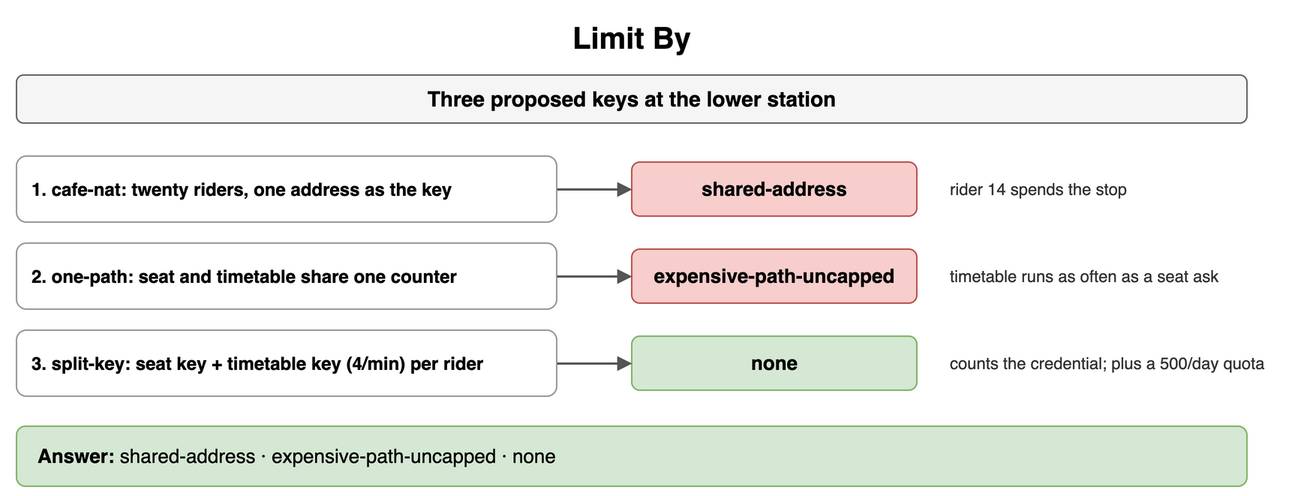
This is content/09_System_Design_Interview/17_Rate_Limiting_and_Throttling/diagrams/rate-limiting-drills-2-limit-by.png from amendez13/swe-study-guide, a draw.io export, as it was before one commit. Source tidied: cells renumbered, new cells last; positions are measured from the earlier drawing's top-left corner, leaving out a move shared by most shapes. The source it was exported from:
```xml
<mxGraphModel>
  <root>
    <mxCell id="0" />
    <mxCell id="1" parent="0" />
    <mxCell id="2" value="Limit By" style="text;html=1;align=center;verticalAlign=middle;whiteSpace=wrap;fontSize=20;fontStyle=1;" parent="1" vertex="1">
      <mxGeometry width="820" height="30" as="geometry" />
    </mxCell>
    <mxCell id="3" value="Three proposed keys at the lower station" style="rounded=1;whiteSpace=wrap;html=1;fillColor=#f5f5f5;strokeColor=#666666;fontStyle=1;fontSize=14;" parent="1" vertex="1">
      <mxGeometry y="40" width="820" height="32" as="geometry" />
    </mxCell>
    <mxCell id="4" value="1. cafe-nat: twenty riders, one address as the key" style="rounded=1;whiteSpace=wrap;html=1;fillColor=#ffffff;strokeColor=#999999;fontSize=12;align=left;fontStyle=1;spacingLeft=8;" parent="1" vertex="1">
      <mxGeometry y="94" width="360" height="44" as="geometry" />
    </mxCell>
    <mxCell id="5" value="shared-address" style="rounded=1;whiteSpace=wrap;html=1;fillColor=#f8cecc;strokeColor=#b85450;fontSize=13;align=center;fontStyle=1;" parent="1" vertex="1">
      <mxGeometry x="410" y="98" width="190" height="36" as="geometry" />
    </mxCell>
    <mxCell id="6" style="endArrow=block;endSize=6;html=1;strokeWidth=1.5;strokeColor=#555555;fontSize=11;labelBackgroundColor=#ffffff;" parent="1" edge="1" source="4" target="5">
      <mxGeometry relative="1" as="geometry" />
    </mxCell>
    <mxCell id="7" value="rider 14 spends the stop" style="text;html=1;whiteSpace=wrap;fontSize=11;align=left;verticalAlign=middle;fontSize=11;fontColor=#333333;" parent="1" vertex="1">
      <mxGeometry x="620" y="94" width="240" height="44" as="geometry" />
    </mxCell>
    <mxCell id="8" value="2. one-path: seat and timetable share one counter" style="rounded=1;whiteSpace=wrap;html=1;fillColor=#ffffff;strokeColor=#999999;fontSize=12;align=left;fontStyle=1;spacingLeft=8;" parent="1" vertex="1">
      <mxGeometry y="152" width="360" height="44" as="geometry" />
    </mxCell>
    <mxCell id="9" value="expensive-path-uncapped" style="rounded=1;whiteSpace=wrap;html=1;fillColor=#f8cecc;strokeColor=#b85450;fontSize=13;align=center;fontStyle=1;" parent="1" vertex="1">
      <mxGeometry x="410" y="156" width="190" height="36" as="geometry" />
    </mxCell>
    <mxCell id="10" style="endArrow=block;endSize=6;html=1;strokeWidth=1.5;strokeColor=#555555;fontSize=11;labelBackgroundColor=#ffffff;" parent="1" edge="1" source="8" target="9">
      <mxGeometry relative="1" as="geometry" />
    </mxCell>
    <mxCell id="11" value="timetable runs as often as a seat ask" style="text;html=1;whiteSpace=wrap;fontSize=11;align=left;verticalAlign=middle;fontSize=11;fontColor=#333333;" parent="1" vertex="1">
      <mxGeometry x="620" y="152" width="240" height="44" as="geometry" />
    </mxCell>
    <mxCell id="12" value="3. split-key: seat key + timetable key (4/min) per rider" style="rounded=1;whiteSpace=wrap;html=1;fillColor=#ffffff;strokeColor=#999999;fontSize=12;align=left;fontStyle=1;spacingLeft=8;" parent="1" vertex="1">
      <mxGeometry y="210" width="360" height="44" as="geometry" />
    </mxCell>
    <mxCell id="13" value="none" style="rounded=1;whiteSpace=wrap;html=1;fillColor=#d5e8d4;strokeColor=#82b366;fontSize=13;align=center;fontStyle=1;" parent="1" vertex="1">
      <mxGeometry x="410" y="214" width="190" height="36" as="geometry" />
    </mxCell>
    <mxCell id="14" style="endArrow=block;endSize=6;html=1;strokeWidth=1.5;strokeColor=#555555;fontSize=11;labelBackgroundColor=#ffffff;" parent="1" edge="1" source="12" target="13">
      <mxGeometry relative="1" as="geometry" />
    </mxCell>
    <mxCell id="15" value="counts the credential; plus a 500/day quota" style="text;html=1;whiteSpace=wrap;fontSize=11;align=left;verticalAlign=middle;fontSize=11;fontColor=#333333;" parent="1" vertex="1">
      <mxGeometry x="620" y="210" width="240" height="44" as="geometry" />
    </mxCell>
    <mxCell id="16" value="&lt;b&gt;Answer:&lt;/b&gt; shared-address · expensive-path-uncapped · none" style="rounded=1;whiteSpace=wrap;html=1;fillColor=#d5e8d4;strokeColor=#82b366;fontSize=13;align=left;spacingLeft=12;" parent="1" vertex="1">
      <mxGeometry y="274" width="820" height="40" as="geometry" />
    </mxCell>
  </root>
</mxGraphModel>
```
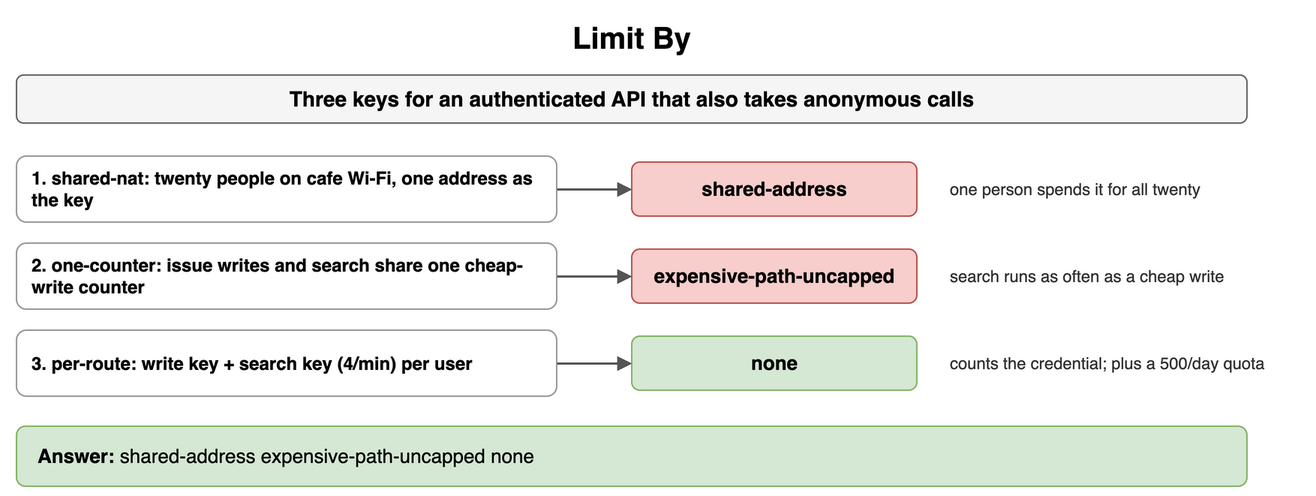
The same diagram one commit later.

Diff of the diagram source:
```diff
@@ -5,10 +5,10 @@
     <mxCell id="2" value="Limit By" style="text;html=1;align=center;verticalAlign=middle;whiteSpace=wrap;fontSize=20;fontStyle=1;" parent="1" vertex="1">
       <mxGeometry width="820" height="30" as="geometry" />
     </mxCell>
-    <mxCell id="3" value="Three proposed keys at the lower station" style="rounded=1;whiteSpace=wrap;html=1;fillColor=#f5f5f5;strokeColor=#666666;fontStyle=1;fontSize=14;" parent="1" vertex="1">
+    <mxCell id="3" value="Three keys for an authenticated API that also takes anonymous calls" style="rounded=1;whiteSpace=wrap;html=1;fillColor=#f5f5f5;strokeColor=#666666;fontStyle=1;fontSize=14;" parent="1" vertex="1">
       <mxGeometry y="40" width="820" height="32" as="geometry" />
     </mxCell>
-    <mxCell id="4" value="1. cafe-nat: twenty riders, one address as the key" style="rounded=1;whiteSpace=wrap;html=1;fillColor=#ffffff;strokeColor=#999999;fontSize=12;align=left;fontStyle=1;spacingLeft=8;" parent="1" vertex="1">
+    <mxCell id="4" value="1. shared-nat: twenty people on cafe Wi-Fi, one address as the key" style="rounded=1;whiteSpace=wrap;html=1;fillColor=#ffffff;strokeColor=#999999;fontSize=12;align=left;fontStyle=1;spacingLeft=8;" parent="1" vertex="1">
       <mxGeometry y="94" width="360" height="44" as="geometry" />
     </mxCell>
     <mxCell id="5" value="shared-address" style="rounded=1;whiteSpace=wrap;html=1;fillColor=#f8cecc;strokeColor=#b85450;fontSize=13;align=center;fontStyle=1;" parent="1" vertex="1">
@@ -17,10 +17,10 @@
     <mxCell id="6" style="endArrow=block;endSize=6;html=1;strokeWidth=1.5;strokeColor=#555555;fontSize=11;labelBackgroundColor=#ffffff;" parent="1" edge="1" source="4" target="5">
       <mxGeometry relative="1" as="geometry" />
     </mxCell>
-    <mxCell id="7" value="rider 14 spends the stop" style="text;html=1;whiteSpace=wrap;fontSize=11;align=left;verticalAlign=middle;fontSize=11;fontColor=#333333;" parent="1" vertex="1">
+    <mxCell id="7" value="one person spends it for all twenty" style="text;html=1;whiteSpace=wrap;fontSize=11;align=left;verticalAlign=middle;fontSize=11;fontColor=#333333;" parent="1" vertex="1">
       <mxGeometry x="620" y="94" width="240" height="44" as="geometry" />
     </mxCell>
-    <mxCell id="8" value="2. one-path: seat and timetable share one counter" style="rounded=1;whiteSpace=wrap;html=1;fillColor=#ffffff;strokeColor=#999999;fontSize=12;align=left;fontStyle=1;spacingLeft=8;" parent="1" vertex="1">
+    <mxCell id="8" value="2. one-counter: issue writes and search share one cheap-write counter" style="rounded=1;whiteSpace=wrap;html=1;fillColor=#ffffff;strokeColor=#999999;fontSize=12;align=left;fontStyle=1;spacingLeft=8;" parent="1" vertex="1">
       <mxGeometry y="152" width="360" height="44" as="geometry" />
     </mxCell>
     <mxCell id="9" value="expensive-path-uncapped" style="rounded=1;whiteSpace=wrap;html=1;fillColor=#f8cecc;strokeColor=#b85450;fontSize=13;align=center;fontStyle=1;" parent="1" vertex="1">
@@ -29,10 +29,10 @@
     <mxCell id="10" style="endArrow=block;endSize=6;html=1;strokeWidth=1.5;strokeColor=#555555;fontSize=11;labelBackgroundColor=#ffffff;" parent="1" edge="1" source="8" target="9">
       <mxGeometry relative="1" as="geometry" />
     </mxCell>
-    <mxCell id="11" value="timetable runs as often as a seat ask" style="text;html=1;whiteSpace=wrap;fontSize=11;align=left;verticalAlign=middle;fontSize=11;fontColor=#333333;" parent="1" vertex="1">
+    <mxCell id="11" value="search runs as often as a cheap write" style="text;html=1;whiteSpace=wrap;fontSize=11;align=left;verticalAlign=middle;fontSize=11;fontColor=#333333;" parent="1" vertex="1">
       <mxGeometry x="620" y="152" width="240" height="44" as="geometry" />
     </mxCell>
-    <mxCell id="12" value="3. split-key: seat key + timetable key (4/min) per rider" style="rounded=1;whiteSpace=wrap;html=1;fillColor=#ffffff;strokeColor=#999999;fontSize=12;align=left;fontStyle=1;spacingLeft=8;" parent="1" vertex="1">
+    <mxCell id="12" value="3. per-route: write key + search key (4/min) per user" style="rounded=1;whiteSpace=wrap;html=1;fillColor=#ffffff;strokeColor=#999999;fontSize=12;align=left;fontStyle=1;spacingLeft=8;" parent="1" vertex="1">
       <mxGeometry y="210" width="360" height="44" as="geometry" />
     </mxCell>
     <mxCell id="13" value="none" style="rounded=1;whiteSpace=wrap;html=1;fillColor=#d5e8d4;strokeColor=#82b366;fontSize=13;align=center;fontStyle=1;" parent="1" vertex="1">
@@ -44,7 +44,7 @@
     <mxCell id="15" value="counts the credential; plus a 500/day quota" style="text;html=1;whiteSpace=wrap;fontSize=11;align=left;verticalAlign=middle;fontSize=11;fontColor=#333333;" parent="1" vertex="1">
       <mxGeometry x="620" y="210" width="240" height="44" as="geometry" />
     </mxCell>
-    <mxCell id="16" value="&lt;b&gt;Answer:&lt;/b&gt; shared-address · expensive-path-uncapped · none" style="rounded=1;whiteSpace=wrap;html=1;fillColor=#d5e8d4;strokeColor=#82b366;fontSize=13;align=left;spacingLeft=12;" parent="1" vertex="1">
+    <mxCell id="16" value="&lt;b&gt;Answer:&lt;/b&gt; shared-address expensive-path-uncapped none" style="rounded=1;whiteSpace=wrap;html=1;fillColor=#d5e8d4;strokeColor=#82b366;fontSize=13;align=left;spacingLeft=12;" parent="1" vertex="1">
       <mxGeometry y="274" width="820" height="40" as="geometry" />
     </mxCell>
   </root>
```
